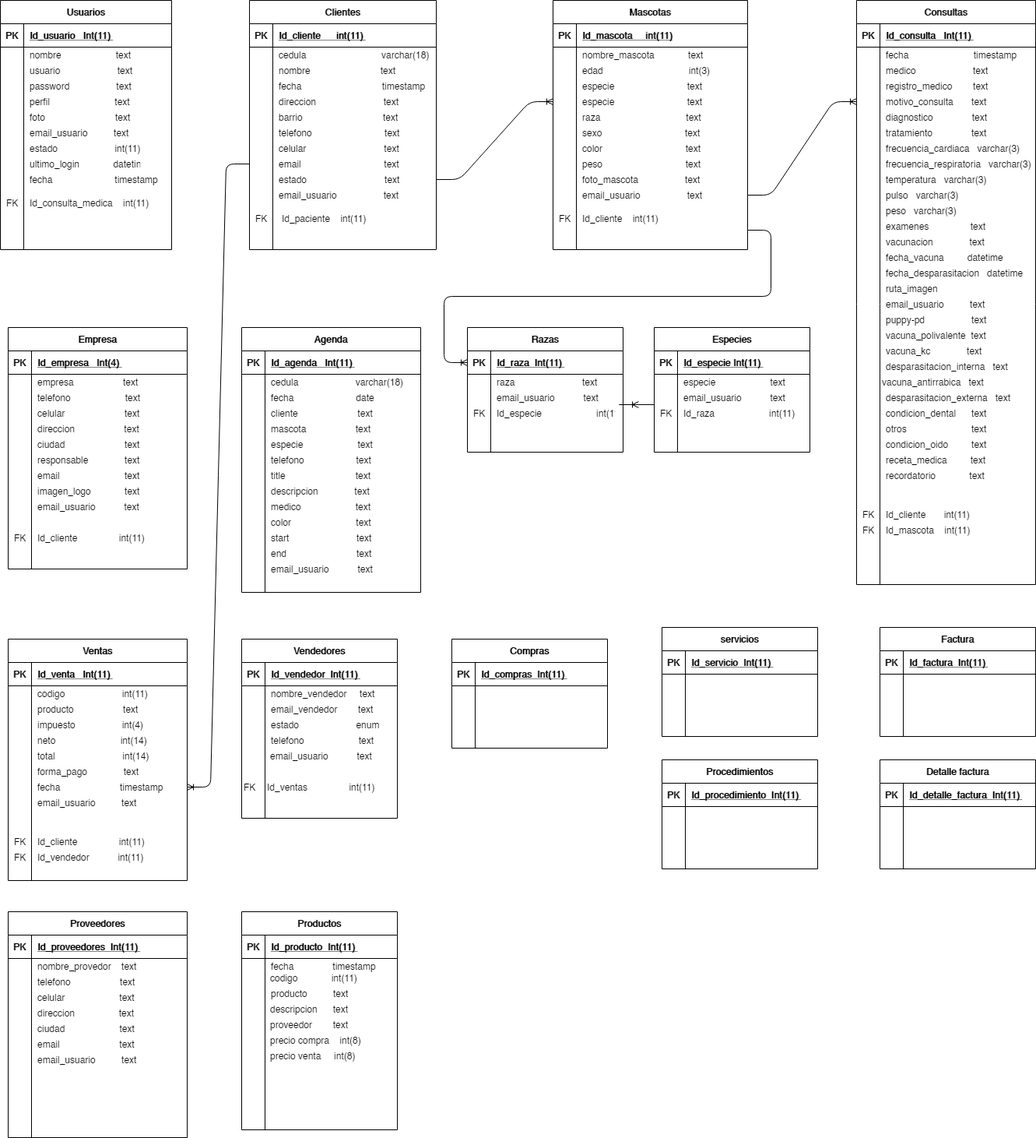
Above: Untitled Diagram.png in heberthm/ejemplos-blog (draw.io), before the change. Source tidied: cells renumbered, new cells last; positions are measured from the earlier drawing's top-left corner, leaving out a move shared by most shapes.
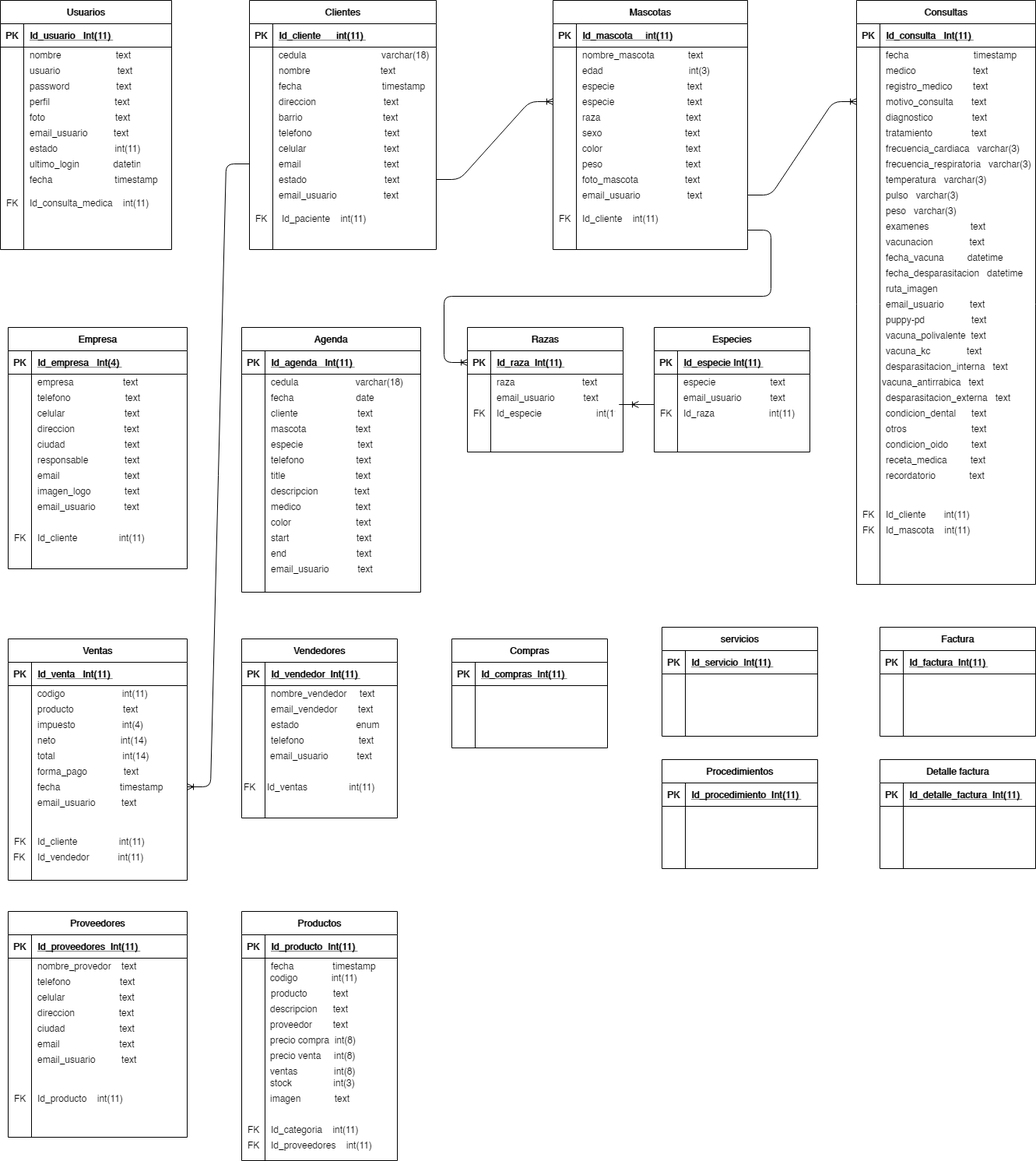
After the commit.

Change to the diagram source:
```diff
@@ -827,7 +827,7 @@
       <mxGeometry x="40" y="1090" width="210" height="20" as="geometry" />
     </mxCell>
     <mxCell id="276" value="FK" style="shape=partialRectangle;fillColor=none;top=0;left=0;bottom=0;right=0;align=left;spacingLeft=6;overflow=hidden;" parent="1" vertex="1">
-      <mxGeometry x="10" y="1090" width="40" height="20" as="geometry" />
+      <mxGeometry x="9" y="1090" width="40" height="20" as="geometry" />
     </mxCell>
     <mxCell id="277" value="Vendedores" style="shape=table;startSize=30;rowLines=0;fontStyle=1;align=center;" parent="1" vertex="1">
       <mxGeometry x="310" y="820" width="200" height="230" as="geometry" />
@@ -977,7 +977,7 @@
       <mxGeometry x="40" y="1350" width="200" height="20" as="geometry" />
     </mxCell>
     <mxCell id="325" value="Productos" style="shape=table;startSize=30;rowLines=0;fontStyle=1;align=center;" parent="1" vertex="1">
-      <mxGeometry x="310" y="1170" width="200" height="280" as="geometry" />
+      <mxGeometry x="310" y="1170" width="200" height="320" as="geometry" />
     </mxCell>
     <mxCell id="326" style="shape=partialRectangle;fillColor=none;top=0;left=0;bottom=1;right=0;" parent="325" vertex="1">
       <mxGeometry y="30" width="200" height="30" as="geometry" />
@@ -1015,7 +1015,7 @@
     <mxCell id="337" value="proveedor        text" style="shape=partialRectangle;fillColor=none;top=0;left=0;bottom=0;right=0;align=left;spacingLeft=6;overflow=hidden;" parent="1" vertex="1">
       <mxGeometry x="339" y="1305" width="170" height="20" as="geometry" />
     </mxCell>
-    <mxCell id="338" value="precio compra    int(8)" style="shape=partialRectangle;fillColor=none;top=0;left=0;bottom=0;right=0;align=left;spacingLeft=6;overflow=hidden;" parent="1" vertex="1">
+    <mxCell id="338" value="precio compra  int(8)" style="shape=partialRectangle;fillColor=none;top=0;left=0;bottom=0;right=0;align=left;spacingLeft=6;overflow=hidden;" parent="1" vertex="1">
       <mxGeometry x="339" y="1325" width="170" height="20" as="geometry" />
     </mxCell>
     <mxCell id="339" value="precio venta     int(8)" style="shape=partialRectangle;fillColor=none;top=0;left=0;bottom=0;right=0;align=left;spacingLeft=6;overflow=hidden;" parent="1" vertex="1">
@@ -1024,5 +1024,32 @@
     <mxCell id="340" value="producto          text" style="shape=partialRectangle;fillColor=none;top=0;left=0;bottom=0;right=0;align=left;spacingLeft=6;overflow=hidden;" parent="1" vertex="1">
       <mxGeometry x="340" y="1265" width="170" height="20" as="geometry" />
     </mxCell>
+    <mxCell id="341" value="stock                int(3)" style="shape=partialRectangle;fillColor=none;top=0;left=0;bottom=0;right=0;align=left;spacingLeft=6;overflow=hidden;" parent="1" vertex="1">
+      <mxGeometry x="339" y="1380" width="170" height="20" as="geometry" />
+    </mxCell>
+    <mxCell id="342" value="imagen             text" style="shape=partialRectangle;fillColor=none;top=0;left=0;bottom=0;right=0;align=left;spacingLeft=6;overflow=hidden;" parent="1" vertex="1">
+      <mxGeometry x="339" y="1400" width="170" height="20" as="geometry" />
+    </mxCell>
+    <mxCell id="343" value="ventas              int(8)" style="shape=partialRectangle;fillColor=none;top=0;left=0;bottom=0;right=0;align=left;spacingLeft=6;overflow=hidden;" parent="1" vertex="1">
+      <mxGeometry x="339" y="1365" width="170" height="20" as="geometry" />
+    </mxCell>
+    <mxCell id="344" value="Id_categoria    int(11)" style="shape=partialRectangle;fillColor=none;top=0;left=0;bottom=0;right=0;align=left;spacingLeft=6;overflow=hidden;" parent="1" vertex="1">
+      <mxGeometry x="340" y="1440" width="170" height="20" as="geometry" />
+    </mxCell>
+    <mxCell id="345" value="Id_proveedores    int(11)" style="shape=partialRectangle;fillColor=none;top=0;left=0;bottom=0;right=0;align=left;spacingLeft=6;overflow=hidden;" parent="1" vertex="1">
+      <mxGeometry x="340" y="1460" width="170" height="20" as="geometry" />
+    </mxCell>
+    <mxCell id="346" value="Id_producto    int(11)" style="shape=partialRectangle;fillColor=none;top=0;left=0;bottom=0;right=0;align=left;spacingLeft=6;overflow=hidden;" parent="1" vertex="1">
+      <mxGeometry x="40" y="1400" width="170" height="20" as="geometry" />
+    </mxCell>
+    <mxCell id="347" value="FK" style="shape=partialRectangle;fillColor=none;top=0;left=0;bottom=0;right=0;align=left;spacingLeft=6;overflow=hidden;" parent="1" vertex="1">
+      <mxGeometry x="310" y="1460" width="40" height="20" as="geometry" />
+    </mxCell>
+    <mxCell id="348" value="FK" style="shape=partialRectangle;fillColor=none;top=0;left=0;bottom=0;right=0;align=left;spacingLeft=6;overflow=hidden;" parent="1" vertex="1">
+      <mxGeometry x="310" y="1440" width="40" height="20" as="geometry" />
+    </mxCell>
+    <mxCell id="349" value="FK" style="shape=partialRectangle;fillColor=none;top=0;left=0;bottom=0;right=0;align=left;spacingLeft=6;overflow=hidden;" parent="1" vertex="1">
+      <mxGeometry x="10" y="1400" width="40" height="20" as="geometry" />
+    </mxCell>
   </root>
 </mxGraphModel>
```
